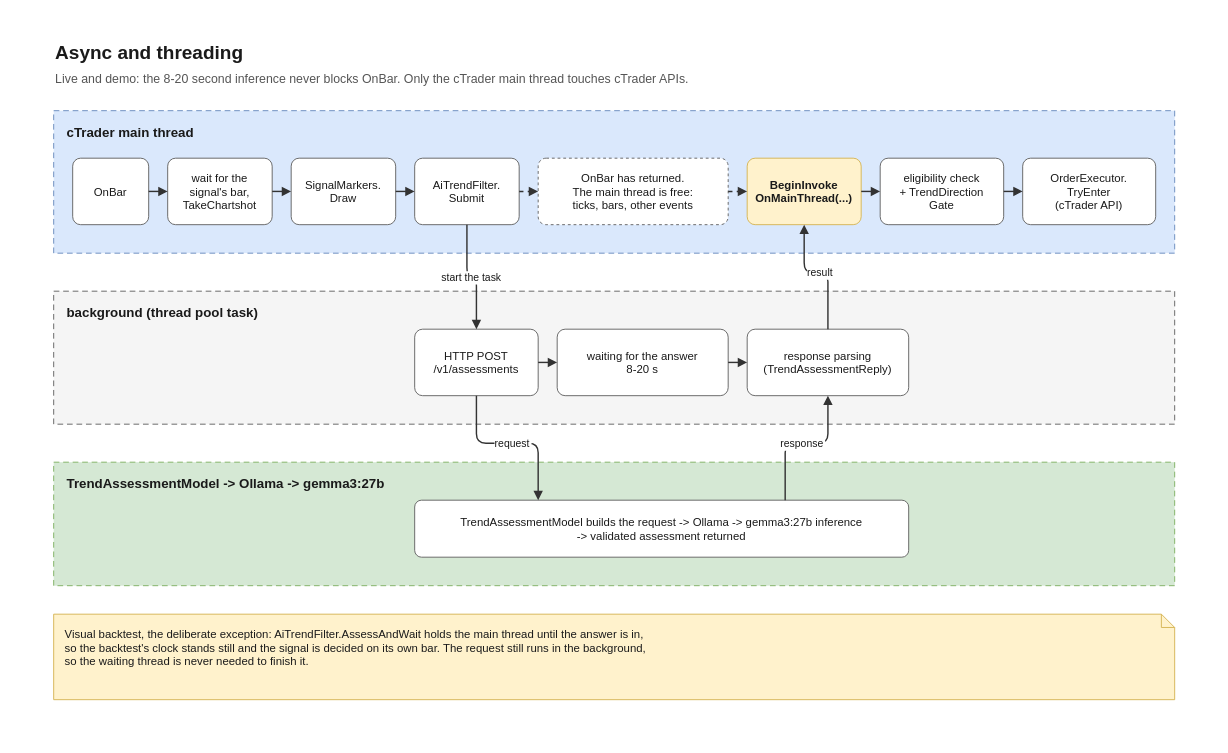
Before: page "4. Async and threading" (4 of 6) of docs/architecture.drawio in richardgong1987/VWAPTradeAI, a draw.io diagram. Source tidied: cells renumbered, new cells numbered last; positions are measured from the earlier drawing's top-left corner, leaving out a move shared by most shapes. Both pictures are drawn from the tidied source at 95%, with x=0, y=0 at pixel (15, 15).
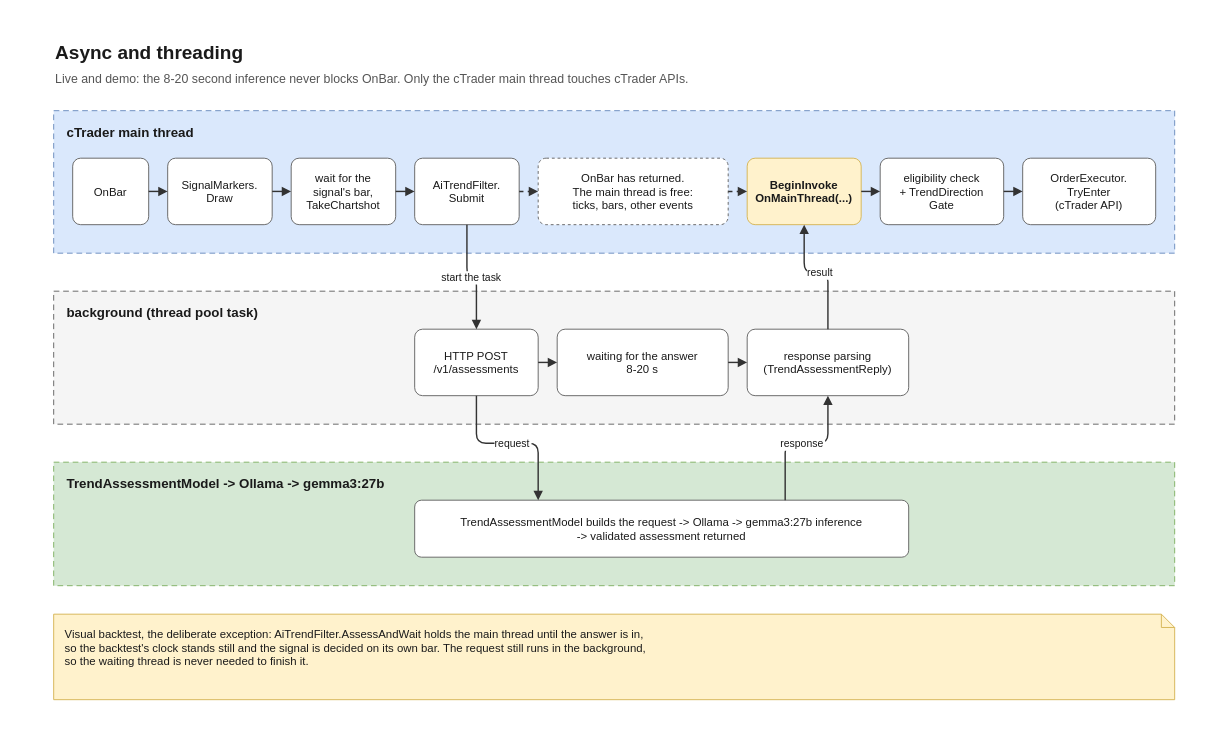
The same diagram, later.

The edit, as a diff of the source:
```diff
@@
-    <mxCell id="9" value="wait for the&#10;signal's bar,&#10;TakeChartshot" style="html=0;fontFamily=Helvetica;fontColor=#1a1a1a;rounded=1;arcSize=12;fontSize=12;fillColor=#ffffff;strokeColor=#666666;" parent="1" vertex="1">
+    <mxCell id="9" value="SignalMarkers.&#10;Draw" style="html=0;fontFamily=Helvetica;fontColor=#1a1a1a;rounded=1;arcSize=12;fontSize=12;fillColor=#ffffff;strokeColor=#666666;" parent="1" vertex="1">
       <mxGeometry x="160" y="150" width="110" height="70" as="geometry" />
     </mxCell>
-    <mxCell id="10" value="SignalMarkers.&#10;Draw" style="html=0;fontFamily=Helvetica;fontColor=#1a1a1a;rounded=1;arcSize=12;fontSize=12;fillColor=#ffffff;strokeColor=#666666;" parent="1" vertex="1">
+    <mxCell id="10" value="wait for the&#10;signal's bar,&#10;TakeChartshot" style="html=0;fontFamily=Helvetica;fontColor=#1a1a1a;rounded=1;arcSize=12;fontSize=12;fillColor=#ffffff;strokeColor=#666666;" parent="1" vertex="1">
       <mxGeometry x="290" y="150" width="110" height="70" as="geometry" />
     </mxCell>
```
